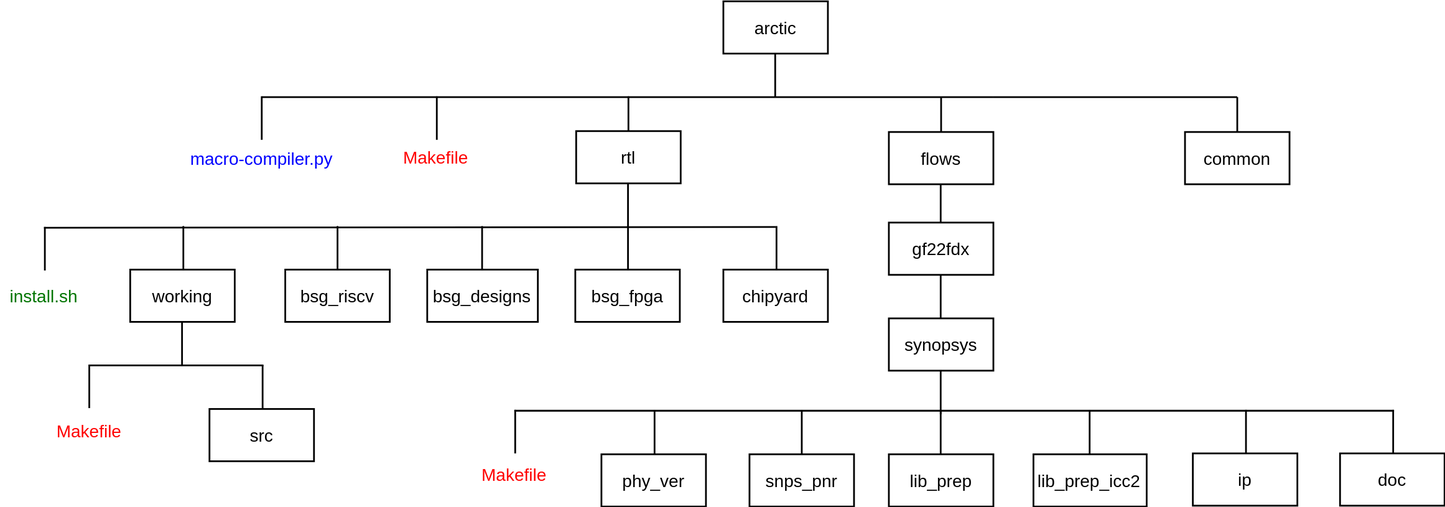
Before: Roadmap.svg, a diagram exported from draw.io (abeyene/eecs4612-proj2). Source tidied: cells renumbered, new cells last; positions are measured from the earlier drawing's top-left corner, leaving out a move shared by most shapes.
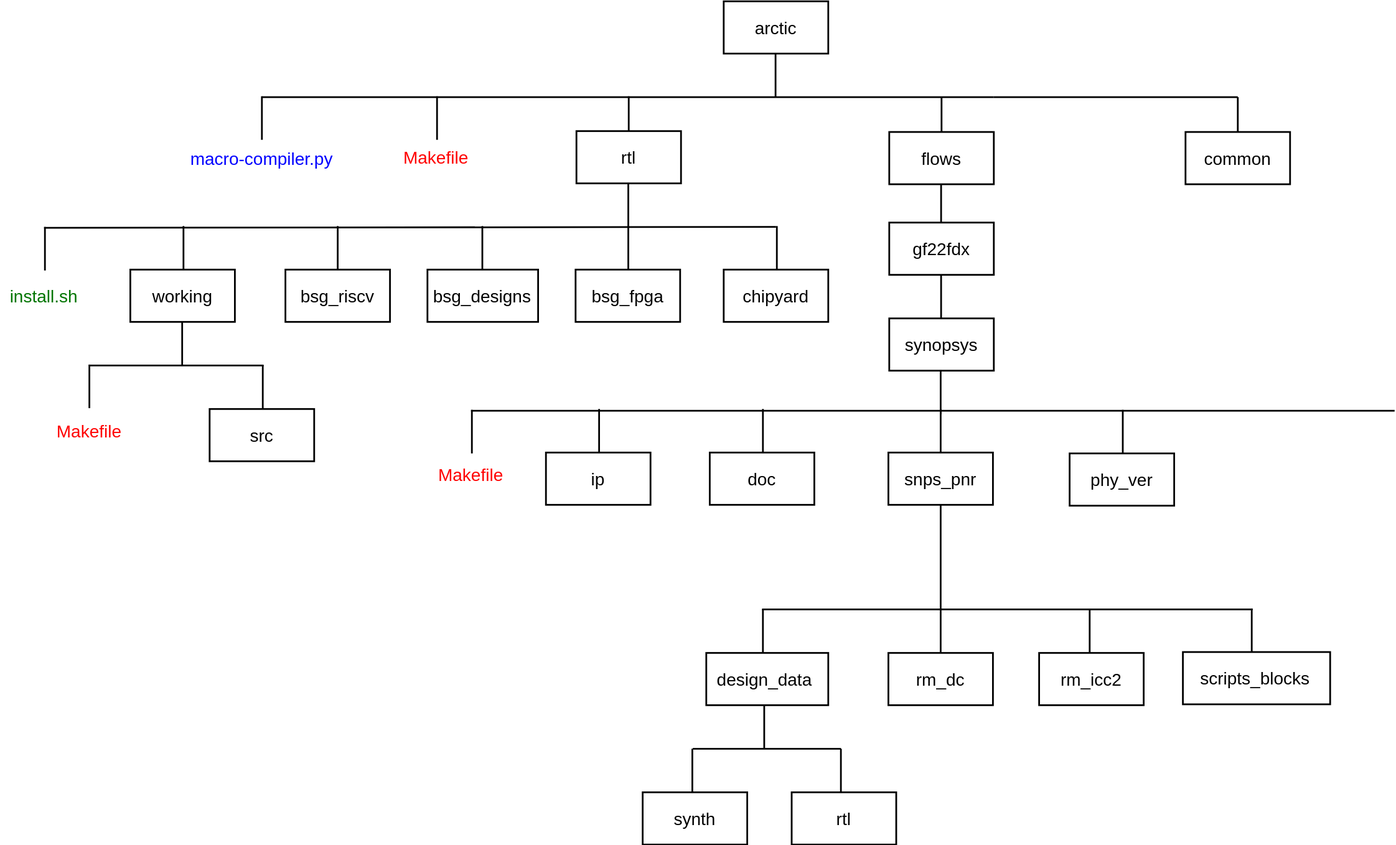
After the commit.

What changed in the source:
```diff
@@ -78,4 +78,4 @@
       <mxGeometry relative="1" as="geometry">
-        <mxPoint x="1079.5" y="474" as="sourcePoint" />
-        <mxPoint x="1079.5" y="424" as="targetPoint" />
+        <mxPoint x="1079" y="474" as="sourcePoint" />
+        <mxPoint x="1079" y="424" as="targetPoint" />
       </mxGeometry>
@@ -168,3 +168,3 @@
       <mxGeometry relative="1" as="geometry">
-        <mxPoint x="590" y="470" as="sourcePoint" />
+        <mxPoint x="540" y="470" as="sourcePoint" />
         <mxPoint x="1600" y="470" as="targetPoint" />
@@ -174,4 +174,4 @@
       <mxGeometry relative="1" as="geometry">
-        <mxPoint x="751" y="520" as="sourcePoint" />
-        <mxPoint x="751" y="470" as="targetPoint" />
+        <mxPoint x="1288" y="519" as="sourcePoint" />
+        <mxPoint x="1288" y="469" as="targetPoint" />
       </mxGeometry>
@@ -180,4 +180,4 @@
       <mxGeometry relative="1" as="geometry">
-        <mxPoint x="920" y="520" as="sourcePoint" />
-        <mxPoint x="920" y="470" as="targetPoint" />
+        <mxPoint x="1079" y="518" as="sourcePoint" />
+        <mxPoint x="1079" y="468" as="targetPoint" />
       </mxGeometry>
@@ -186,4 +186,4 @@
       <mxGeometry relative="1" as="geometry">
-        <mxPoint x="1430" y="519" as="sourcePoint" />
-        <mxPoint x="1430" y="469" as="targetPoint" />
+        <mxPoint x="687" y="518" as="sourcePoint" />
+        <mxPoint x="687" y="468" as="targetPoint" />
       </mxGeometry>
@@ -191,12 +191,12 @@
     <mxCell id="43" style="rounded=0;whiteSpace=wrap;html=1;strokeWidth=2;" parent="1" vertex="1">
-      <mxGeometry x="690" y="520" width="120" height="60" as="geometry" />
+      <mxGeometry x="1227" y="519" width="120" height="60" as="geometry" />
     </mxCell>
     <mxCell id="44" value="&lt;font style=&quot;font-size: 20px;&quot;&gt;phy_ver&lt;/font&gt;" style="text;html=1;strokeColor=none;fillColor=none;align=center;verticalAlign=middle;whiteSpace=wrap;rounded=0;" parent="1" vertex="1">
-      <mxGeometry x="720" y="535" width="60" height="30" as="geometry" />
+      <mxGeometry x="1257" y="534" width="60" height="30" as="geometry" />
     </mxCell>
     <mxCell id="45" style="rounded=0;whiteSpace=wrap;html=1;strokeWidth=2;" parent="1" vertex="1">
-      <mxGeometry x="860" y="520" width="120" height="60" as="geometry" />
+      <mxGeometry x="1019" y="518" width="120" height="60" as="geometry" />
     </mxCell>
     <mxCell id="46" value="&lt;font style=&quot;font-size: 20px;&quot;&gt;snps_pnr&lt;/font&gt;" style="text;html=1;strokeColor=none;fillColor=none;align=center;verticalAlign=middle;whiteSpace=wrap;rounded=0;" parent="1" vertex="1">
-      <mxGeometry x="890" y="535" width="60" height="30" as="geometry" />
+      <mxGeometry x="1049" y="533" width="60" height="30" as="geometry" />
     </mxCell>
@@ -204,68 +204,71 @@
       <mxGeometry relative="1" as="geometry">
-        <mxPoint x="1079.5" y="520" as="sourcePoint" />
-        <mxPoint x="1079.5" y="470" as="targetPoint" />
+        <mxPoint x="102" y="418" as="sourcePoint" />
+        <mxPoint x="302" y="418" as="targetPoint" />
       </mxGeometry>
     </mxCell>
-    <mxCell id="48" style="rounded=0;whiteSpace=wrap;html=1;strokeWidth=2;" parent="1" vertex="1">
-      <mxGeometry x="1020" y="520" width="120" height="60" as="geometry" />
+    <mxCell id="48" style="endArrow=none;html=1;rounded=0;strokeWidth=2;" parent="1" edge="1">
+      <mxGeometry relative="1" as="geometry">
+        <mxPoint x="301" y="468" as="sourcePoint" />
+        <mxPoint x="301" y="418" as="targetPoint" />
+      </mxGeometry>
     </mxCell>
-    <mxCell id="49" value="&lt;font style=&quot;font-size: 20px;&quot;&gt;lib_prep&lt;/font&gt;" style="text;html=1;strokeColor=none;fillColor=none;align=center;verticalAlign=middle;whiteSpace=wrap;rounded=0;" parent="1" vertex="1">
-      <mxGeometry x="1050" y="535" width="60" height="30" as="geometry" />
+    <mxCell id="49" style="rounded=0;whiteSpace=wrap;html=1;strokeWidth=2;" parent="1" vertex="1">
+      <mxGeometry x="240" y="468" width="120" height="60" as="geometry" />
     </mxCell>
-    <mxCell id="50" style="endArrow=none;html=1;rounded=0;strokeWidth=2;" parent="1" edge="1">
-      <mxGeometry relative="1" as="geometry">
-        <mxPoint x="1250.5" y="520" as="sourcePoint" />
-        <mxPoint x="1250.5" y="470" as="targetPoint" />
-      </mxGeometry>
+    <mxCell id="50" value="&lt;font style=&quot;font-size: 20px;&quot;&gt;src&lt;/font&gt;" style="text;html=1;strokeColor=none;fillColor=none;align=center;verticalAlign=middle;whiteSpace=wrap;rounded=0;" parent="1" vertex="1">
+      <mxGeometry x="270" y="483" width="60" height="30" as="geometry" />
     </mxCell>
-    <mxCell id="51" style="rounded=0;whiteSpace=wrap;html=1;strokeWidth=2;" parent="1" vertex="1">
-      <mxGeometry x="1186" y="520" width="130" height="60" as="geometry" />
+    <mxCell id="51" style="endArrow=none;html=1;rounded=0;strokeWidth=2;" parent="1" edge="1">
+      <mxGeometry relative="1" as="geometry">
+        <mxPoint x="102" y="467" as="sourcePoint" />
+        <mxPoint x="102" y="417" as="targetPoint" />
+      </mxGeometry>
     </mxCell>
-    <mxCell id="52" value="&lt;font style=&quot;font-size: 20px;&quot;&gt;lib_prep_icc2&lt;/font&gt;" style="text;html=1;strokeColor=none;fillColor=none;align=center;verticalAlign=middle;whiteSpace=wrap;rounded=0;" parent="1" vertex="1">
-      <mxGeometry x="1220" y="535" width="60" height="30" as="geometry" />
+    <mxCell id="52" value="&lt;font color=&quot;#ff0000&quot; style=&quot;font-size: 20px;&quot;&gt;Makefile&lt;/font&gt;" style="text;html=1;strokeColor=none;fillColor=none;align=center;verticalAlign=middle;whiteSpace=wrap;rounded=0;" parent="1" vertex="1">
+      <mxGeometry x="52" y="478" width="100" height="30" as="geometry" />
     </mxCell>
-    <mxCell id="53" style="endArrow=none;html=1;rounded=0;strokeWidth=2;" parent="1" edge="1">
-      <mxGeometry relative="1" as="geometry">
-        <mxPoint x="102" y="418" as="sourcePoint" />
-        <mxPoint x="302" y="418" as="targetPoint" />
-      </mxGeometry>
+    <mxCell id="53" style="rounded=0;whiteSpace=wrap;html=1;strokeWidth=2;" parent="1" vertex="1">
+      <mxGeometry x="626" y="518" width="120" height="60" as="geometry" />
     </mxCell>
-    <mxCell id="54" style="endArrow=none;html=1;rounded=0;strokeWidth=2;" parent="1" edge="1">
-      <mxGeometry relative="1" as="geometry">
-        <mxPoint x="301" y="468" as="sourcePoint" />
-        <mxPoint x="301" y="418" as="targetPoint" />
-      </mxGeometry>
+    <mxCell id="54" value="&lt;font style=&quot;font-size: 20px;&quot;&gt;ip&lt;/font&gt;" style="text;html=1;strokeColor=none;fillColor=none;align=center;verticalAlign=middle;whiteSpace=wrap;rounded=0;" parent="1" vertex="1">
+      <mxGeometry x="656" y="533" width="60" height="30" as="geometry" />
     </mxCell>
-    <mxCell id="55" style="rounded=0;whiteSpace=wrap;html=1;strokeWidth=2;" parent="1" vertex="1">
-      <mxGeometry x="240" y="468" width="120" height="60" as="geometry" />
+    <mxCell id="55" style="endArrow=none;html=1;rounded=0;strokeWidth=2;" parent="1" edge="1">
+      <mxGeometry relative="1" as="geometry">
+        <mxPoint x="875" y="518" as="sourcePoint" />
+        <mxPoint x="875" y="468" as="targetPoint" />
+      </mxGeometry>
     </mxCell>
-    <mxCell id="56" value="&lt;font style=&quot;font-size: 20px;&quot;&gt;src&lt;/font&gt;" style="text;html=1;strokeColor=none;fillColor=none;align=center;verticalAlign=middle;whiteSpace=wrap;rounded=0;" parent="1" vertex="1">
-      <mxGeometry x="270" y="483" width="60" height="30" as="geometry" />
+    <mxCell id="56" style="rounded=0;whiteSpace=wrap;html=1;strokeWidth=2;" parent="1" vertex="1">
+      <mxGeometry x="814" y="518" width="120" height="60" as="geometry" />
     </mxCell>
-    <mxCell id="57" style="endArrow=none;html=1;rounded=0;strokeWidth=2;" parent="1" edge="1">
-      <mxGeometry relative="1" as="geometry">
-        <mxPoint x="102" y="467" as="sourcePoint" />
-        <mxPoint x="102" y="417" as="targetPoint" />
-      </mxGeometry>
+    <mxCell id="57" value="&lt;font style=&quot;font-size: 20px;&quot;&gt;doc&lt;/font&gt;" style="text;html=1;strokeColor=none;fillColor=none;align=center;verticalAlign=middle;whiteSpace=wrap;rounded=0;" parent="1" vertex="1">
+      <mxGeometry x="844" y="533" width="60" height="30" as="geometry" />
     </mxCell>
-    <mxCell id="58" value="&lt;font color=&quot;#ff0000&quot; style=&quot;font-size: 20px;&quot;&gt;Makefile&lt;/font&gt;" style="text;html=1;strokeColor=none;fillColor=none;align=center;verticalAlign=middle;whiteSpace=wrap;rounded=0;" parent="1" vertex="1">
-      <mxGeometry x="52" y="478" width="100" height="30" as="geometry" />
+    <mxCell id="58" style="endArrow=none;html=1;rounded=0;strokeWidth=2;" parent="1" edge="1">
+      <mxGeometry relative="1" as="geometry">
+        <mxPoint x="541" y="519" as="sourcePoint" />
+        <mxPoint x="541" y="469" as="targetPoint" />
+      </mxGeometry>
     </mxCell>
-    <mxCell id="59" style="rounded=0;whiteSpace=wrap;html=1;strokeWidth=2;" parent="1" vertex="1">
-      <mxGeometry x="1369" y="519" width="120" height="60" as="geometry" />
+    <mxCell id="59" value="&lt;font color=&quot;#ff0000&quot; style=&quot;font-size: 20px;&quot;&gt;Makefile&lt;/font&gt;" style="text;html=1;strokeColor=none;fillColor=none;align=center;verticalAlign=middle;whiteSpace=wrap;rounded=0;" parent="1" vertex="1">
+      <mxGeometry x="490" y="528" width="100" height="30" as="geometry" />
     </mxCell>
-    <mxCell id="60" value="&lt;font style=&quot;font-size: 20px;&quot;&gt;ip&lt;/font&gt;" style="text;html=1;strokeColor=none;fillColor=none;align=center;verticalAlign=middle;whiteSpace=wrap;rounded=0;" parent="1" vertex="1">
-      <mxGeometry x="1399" y="534" width="60" height="30" as="geometry" />
+    <mxCell id="60" style="endArrow=none;html=1;rounded=0;strokeWidth=2;" parent="1" edge="1">
+      <mxGeometry relative="1" as="geometry">
+        <mxPoint x="501" y="159" as="sourcePoint" />
+        <mxPoint x="501" y="109" as="targetPoint" />
+      </mxGeometry>
     </mxCell>
-    <mxCell id="61" style="endArrow=none;html=1;rounded=0;strokeWidth=2;" parent="1" edge="1">
-      <mxGeometry relative="1" as="geometry">
-        <mxPoint x="1599" y="519" as="sourcePoint" />
-        <mxPoint x="1599" y="469" as="targetPoint" />
-      </mxGeometry>
+    <mxCell id="61" value="&lt;font color=&quot;#ff0000&quot; style=&quot;font-size: 20px;&quot;&gt;Makefile&lt;/font&gt;" style="text;html=1;strokeColor=none;fillColor=none;align=center;verticalAlign=middle;whiteSpace=wrap;rounded=0;" parent="1" vertex="1">
+      <mxGeometry x="450" y="164" width="100" height="30" as="geometry" />
     </mxCell>
-    <mxCell id="62" style="rounded=0;whiteSpace=wrap;html=1;strokeWidth=2;" parent="1" vertex="1">
-      <mxGeometry x="1538" y="519" width="120" height="60" as="geometry" />
+    <mxCell id="62" style="endArrow=none;html=1;rounded=0;strokeWidth=2;" parent="1" edge="1">
+      <mxGeometry relative="1" as="geometry">
+        <mxPoint x="51" y="309" as="sourcePoint" />
+        <mxPoint x="51" y="259" as="targetPoint" />
+      </mxGeometry>
     </mxCell>
-    <mxCell id="63" value="&lt;font style=&quot;font-size: 20px;&quot;&gt;doc&lt;/font&gt;" style="text;html=1;strokeColor=none;fillColor=none;align=center;verticalAlign=middle;whiteSpace=wrap;rounded=0;" parent="1" vertex="1">
-      <mxGeometry x="1568" y="534" width="60" height="30" as="geometry" />
+    <mxCell id="63" value="&lt;font color=&quot;#007500&quot; style=&quot;font-size: 20px;&quot;&gt;install.sh&lt;/font&gt;" style="text;html=1;strokeColor=none;fillColor=none;align=center;verticalAlign=middle;whiteSpace=wrap;rounded=0;" parent="1" vertex="1">
+      <mxGeometry y="323" width="100" height="30" as="geometry" />
     </mxCell>
@@ -273,17 +276,14 @@
       <mxGeometry relative="1" as="geometry">
-        <mxPoint x="591" y="519" as="sourcePoint" />
-        <mxPoint x="591" y="469" as="targetPoint" />
+        <mxPoint x="300" y="159" as="sourcePoint" />
+        <mxPoint x="300" y="109" as="targetPoint" />
       </mxGeometry>
     </mxCell>
-    <mxCell id="65" value="&lt;font color=&quot;#ff0000&quot; style=&quot;font-size: 20px;&quot;&gt;Makefile&lt;/font&gt;" style="text;html=1;strokeColor=none;fillColor=none;align=center;verticalAlign=middle;whiteSpace=wrap;rounded=0;" parent="1" vertex="1">
-      <mxGeometry x="540" y="528" width="100" height="30" as="geometry" />
+    <mxCell id="65" value="&lt;font color=&quot;#0000ff&quot; style=&quot;font-size: 20px;&quot;&gt;macro-compiler.py&lt;/font&gt;" style="text;html=1;strokeColor=none;fillColor=none;align=center;verticalAlign=middle;whiteSpace=wrap;rounded=0;" parent="1" vertex="1">
+      <mxGeometry x="210" y="165" width="180" height="30" as="geometry" />
     </mxCell>
-    <mxCell id="66" style="endArrow=none;html=1;rounded=0;strokeWidth=2;" parent="1" edge="1">
-      <mxGeometry relative="1" as="geometry">
-        <mxPoint x="501" y="159" as="sourcePoint" />
-        <mxPoint x="501" y="109" as="targetPoint" />
-      </mxGeometry>
+    <mxCell id="66" style="rounded=0;whiteSpace=wrap;html=1;strokeWidth=2;" parent="1" vertex="1">
+      <mxGeometry x="830" y="308" width="120" height="60" as="geometry" />
     </mxCell>
-    <mxCell id="67" value="&lt;font color=&quot;#ff0000&quot; style=&quot;font-size: 20px;&quot;&gt;Makefile&lt;/font&gt;" style="text;html=1;strokeColor=none;fillColor=none;align=center;verticalAlign=middle;whiteSpace=wrap;rounded=0;" parent="1" vertex="1">
-      <mxGeometry x="450" y="164" width="100" height="30" as="geometry" />
+    <mxCell id="67" value="&lt;font style=&quot;font-size: 20px;&quot;&gt;chipyard&lt;/font&gt;" style="text;html=1;strokeColor=none;fillColor=none;align=center;verticalAlign=middle;whiteSpace=wrap;rounded=0;" parent="1" vertex="1">
+      <mxGeometry x="860" y="323" width="60" height="30" as="geometry" />
     </mxCell>
@@ -291,8 +291,11 @@
       <mxGeometry relative="1" as="geometry">
-        <mxPoint x="51" y="309" as="sourcePoint" />
-        <mxPoint x="51" y="259" as="targetPoint" />
+        <mxPoint x="1079" y="698" as="sourcePoint" />
+        <mxPoint x="1079" y="578" as="targetPoint" />
       </mxGeometry>
     </mxCell>
-    <mxCell id="69" value="&lt;font color=&quot;#007500&quot; style=&quot;font-size: 20px;&quot;&gt;install.sh&lt;/font&gt;" style="text;html=1;strokeColor=none;fillColor=none;align=center;verticalAlign=middle;whiteSpace=wrap;rounded=0;" parent="1" vertex="1">
-      <mxGeometry y="323" width="100" height="30" as="geometry" />
+    <mxCell id="69" style="endArrow=none;html=1;rounded=0;strokeWidth=2;" parent="1" edge="1">
+      <mxGeometry relative="1" as="geometry">
+        <mxPoint x="874" y="698" as="sourcePoint" />
+        <mxPoint x="1437" y="698" as="targetPoint" />
+      </mxGeometry>
     </mxCell>
@@ -300,15 +303,84 @@
       <mxGeometry relative="1" as="geometry">
-        <mxPoint x="300" y="159" as="sourcePoint" />
-        <mxPoint x="300" y="109" as="targetPoint" />
+        <mxPoint x="875" y="748" as="sourcePoint" />
+        <mxPoint x="875" y="698" as="targetPoint" />
       </mxGeometry>
     </mxCell>
-    <mxCell id="71" value="&lt;font color=&quot;#0000ff&quot; style=&quot;font-size: 20px;&quot;&gt;macro-compiler.py&lt;/font&gt;" style="text;html=1;strokeColor=none;fillColor=none;align=center;verticalAlign=middle;whiteSpace=wrap;rounded=0;" parent="1" vertex="1">
-      <mxGeometry x="210" y="165" width="180" height="30" as="geometry" />
+    <mxCell id="71" style="rounded=0;whiteSpace=wrap;html=1;strokeWidth=2;" parent="1" vertex="1">
+      <mxGeometry x="810" y="748" width="140" height="60" as="geometry" />
     </mxCell>
-    <mxCell id="72" style="rounded=0;whiteSpace=wrap;html=1;strokeWidth=2;" parent="1" vertex="1">
-      <mxGeometry x="830" y="308" width="120" height="60" as="geometry" />
+    <mxCell id="72" value="&lt;font style=&quot;font-size: 20px;&quot;&gt;design_data&lt;/font&gt;" style="text;html=1;strokeColor=none;fillColor=none;align=center;verticalAlign=middle;whiteSpace=wrap;rounded=0;" parent="1" vertex="1">
+      <mxGeometry x="847" y="763" width="60" height="30" as="geometry" />
     </mxCell>
-    <mxCell id="73" value="&lt;font style=&quot;font-size: 20px;&quot;&gt;chipyard&lt;/font&gt;" style="text;html=1;strokeColor=none;fillColor=none;align=center;verticalAlign=middle;whiteSpace=wrap;rounded=0;" parent="1" vertex="1">
-      <mxGeometry x="860" y="323" width="60" height="30" as="geometry" />
+    <mxCell id="73" style="endArrow=none;html=1;rounded=0;strokeWidth=2;" parent="1" edge="1">
+      <mxGeometry relative="1" as="geometry">
+        <mxPoint x="876.5" y="858" as="sourcePoint" />
+        <mxPoint x="876.5" y="808" as="targetPoint" />
+      </mxGeometry>
     </mxCell>
+    <mxCell id="74" style="endArrow=none;html=1;rounded=0;strokeWidth=2;" parent="1" edge="1">
+      <mxGeometry relative="1" as="geometry">
+        <mxPoint x="794.5" y="858" as="sourcePoint" />
+        <mxPoint x="964.5" y="858" as="targetPoint" />
+      </mxGeometry>
+    </mxCell>
+    <mxCell id="75" style="endArrow=none;html=1;rounded=0;strokeWidth=2;" parent="1" edge="1">
+      <mxGeometry relative="1" as="geometry">
+        <mxPoint x="964.5" y="908" as="sourcePoint" />
+        <mxPoint x="964.5" y="858" as="targetPoint" />
+      </mxGeometry>
+    </mxCell>
+    <mxCell id="76" style="endArrow=none;html=1;rounded=0;strokeWidth=2;" parent="1" edge="1">
+      <mxGeometry relative="1" as="geometry">
+        <mxPoint x="794" y="908" as="sourcePoint" />
+        <mxPoint x="794" y="858" as="targetPoint" />
+      </mxGeometry>
+    </mxCell>
+    <mxCell id="77" style="rounded=0;whiteSpace=wrap;html=1;strokeWidth=2;" parent="1" vertex="1">
+      <mxGeometry x="737" y="908" width="120" height="60" as="geometry" />
+    </mxCell>
+    <mxCell id="78" value="&lt;font style=&quot;font-size: 20px;&quot;&gt;synth&lt;/font&gt;" style="text;html=1;strokeColor=none;fillColor=none;align=center;verticalAlign=middle;whiteSpace=wrap;rounded=0;" parent="1" vertex="1">
+      <mxGeometry x="767" y="923" width="60" height="30" as="geometry" />
+    </mxCell>
+    <mxCell id="79" style="rounded=0;whiteSpace=wrap;html=1;strokeWidth=2;" parent="1" vertex="1">
+      <mxGeometry x="908" y="908" width="120" height="60" as="geometry" />
+    </mxCell>
+    <mxCell id="80" value="&lt;font style=&quot;font-size: 20px;&quot;&gt;rtl&lt;/font&gt;" style="text;html=1;strokeColor=none;fillColor=none;align=center;verticalAlign=middle;whiteSpace=wrap;rounded=0;" parent="1" vertex="1">
+      <mxGeometry x="938" y="923" width="60" height="30" as="geometry" />
+    </mxCell>
+    <mxCell id="81" style="endArrow=none;html=1;rounded=0;strokeWidth=2;" parent="1" edge="1">
+      <mxGeometry relative="1" as="geometry">
+        <mxPoint x="1079" y="747" as="sourcePoint" />
+        <mxPoint x="1079" y="697" as="targetPoint" />
+      </mxGeometry>
+    </mxCell>
+    <mxCell id="82" style="endArrow=none;html=1;rounded=0;strokeWidth=2;" parent="1" edge="1">
+      <mxGeometry relative="1" as="geometry">
+        <mxPoint x="1250" y="748" as="sourcePoint" />
+        <mxPoint x="1250" y="698" as="targetPoint" />
+      </mxGeometry>
+    </mxCell>
+    <mxCell id="83" style="rounded=0;whiteSpace=wrap;html=1;strokeWidth=2;" parent="1" vertex="1">
+      <mxGeometry x="1192" y="748" width="120" height="60" as="geometry" />
+    </mxCell>
+    <mxCell id="84" value="&lt;font style=&quot;font-size: 20px;&quot;&gt;rm_icc2&lt;/font&gt;" style="text;html=1;strokeColor=none;fillColor=none;align=center;verticalAlign=middle;whiteSpace=wrap;rounded=0;" parent="1" vertex="1">
+      <mxGeometry x="1222" y="763" width="60" height="30" as="geometry" />
+    </mxCell>
+    <mxCell id="85" style="rounded=0;whiteSpace=wrap;html=1;strokeWidth=2;" parent="1" vertex="1">
+      <mxGeometry x="1019" y="748" width="120" height="60" as="geometry" />
+    </mxCell>
+    <mxCell id="86" value="&lt;font style=&quot;font-size: 20px;&quot;&gt;rm_dc&lt;/font&gt;" style="text;html=1;strokeColor=none;fillColor=none;align=center;verticalAlign=middle;whiteSpace=wrap;rounded=0;" parent="1" vertex="1">
+      <mxGeometry x="1049" y="763" width="60" height="30" as="geometry" />
+    </mxCell>
+    <mxCell id="87" style="endArrow=none;html=1;rounded=0;strokeWidth=2;" parent="1" edge="1">
+      <mxGeometry relative="1" as="geometry">
+        <mxPoint x="1436" y="747" as="sourcePoint" />
+        <mxPoint x="1436" y="697" as="targetPoint" />
+      </mxGeometry>
+    </mxCell>
+    <mxCell id="88" style="rounded=0;whiteSpace=wrap;html=1;strokeWidth=2;" parent="1" vertex="1">
+      <mxGeometry x="1357" y="747" width="169" height="60" as="geometry" />
+    </mxCell>
+    <mxCell id="89" value="&lt;font style=&quot;font-size: 20px;&quot;&gt;scripts_blocks&lt;/font&gt;" style="text;html=1;strokeColor=none;fillColor=none;align=center;verticalAlign=middle;whiteSpace=wrap;rounded=0;" parent="1" vertex="1">
+      <mxGeometry x="1410" y="762" width="60" height="30" as="geometry" />
+    </mxCell>
   </root>
```
